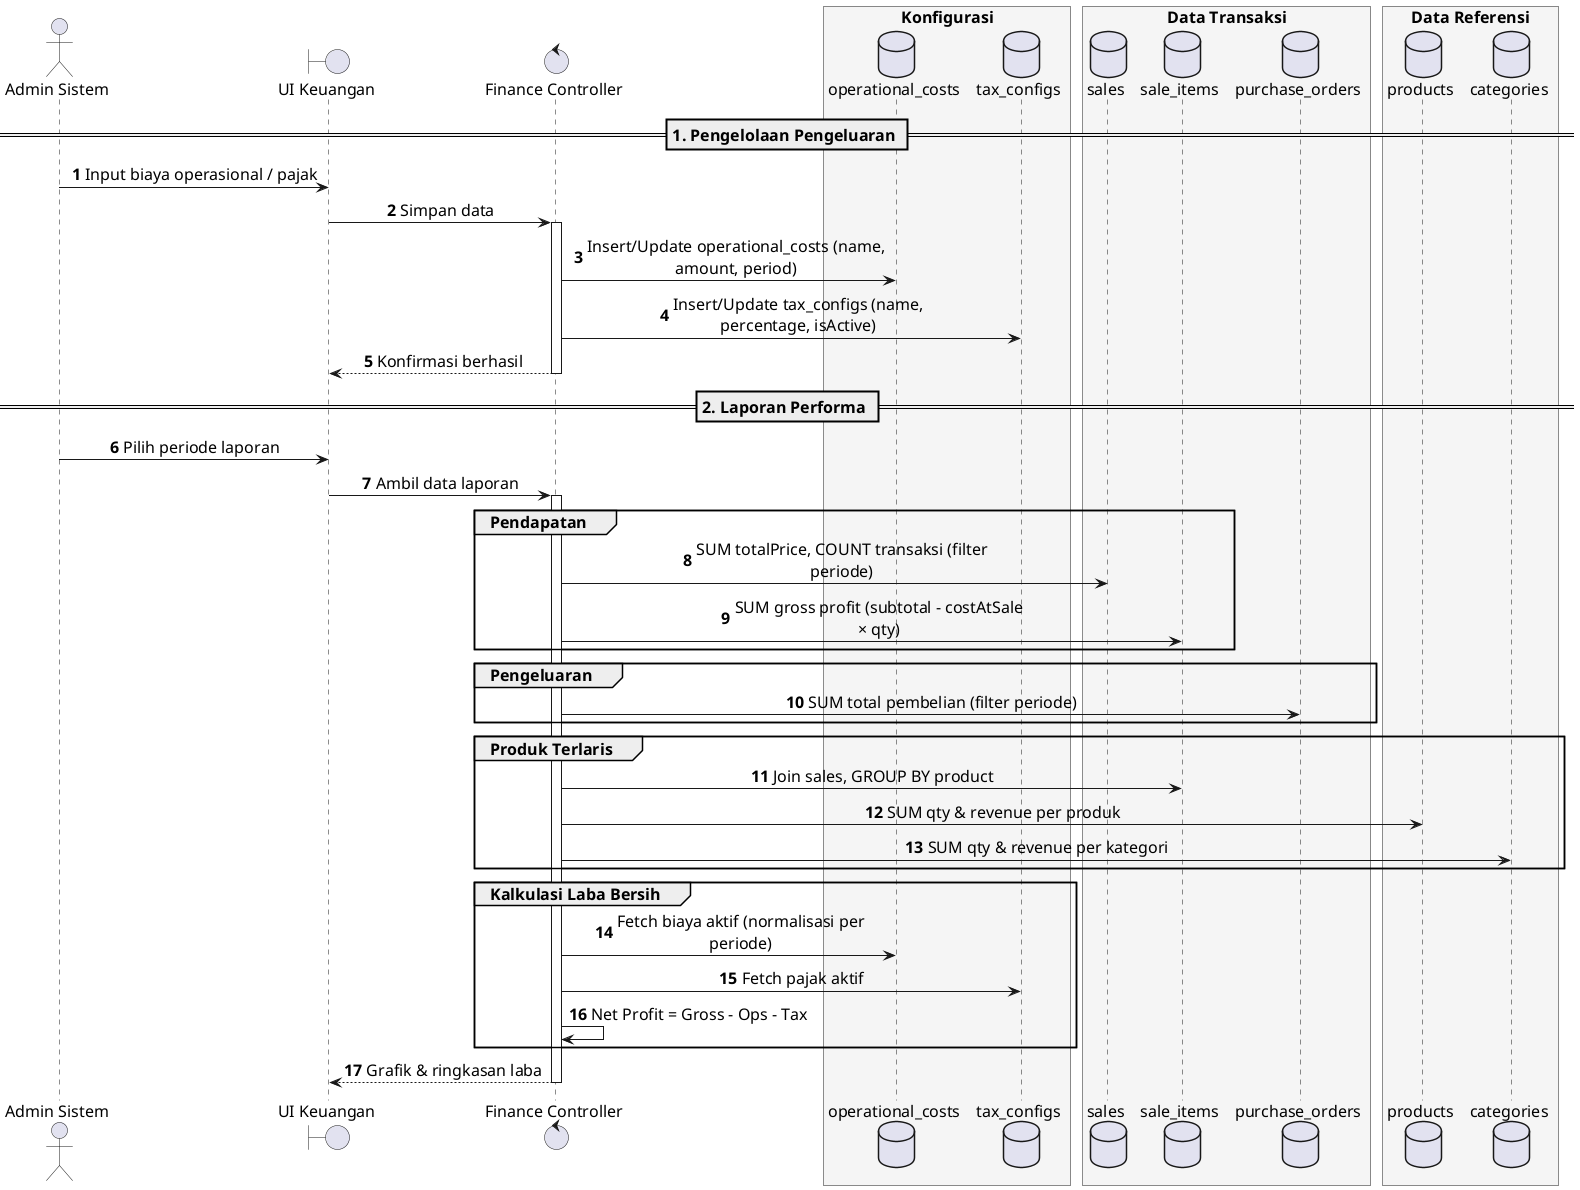
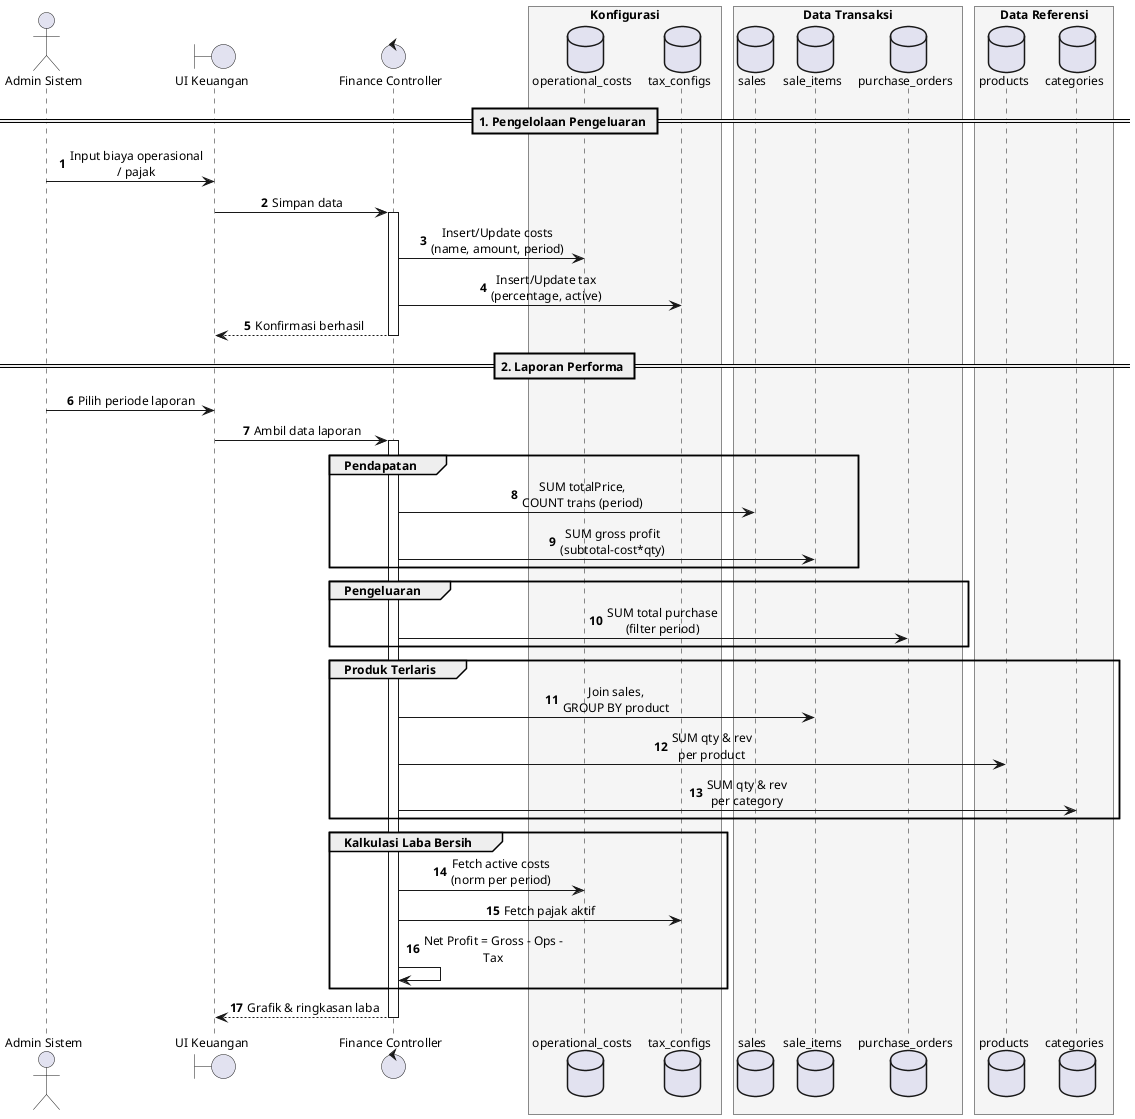
- @startuml
+ @startuml Operations_Report_Sequence
autonumber

skinparam BoxPadding 5
skinparam ParticipantPadding 8
- skinparam defaultFontSize 16
- skinparam maxMessageSize 300
+ skinparam defaultFontSize 12
+ skinparam maxMessageSize 140
skinparam sequenceMessageAlign center

actor "Admin Sistem" as Admin
boundary "UI Keuangan" as UI
control "Finance Controller" as Ctrl
box "Konfigurasi" #F5F5F5
    database "operational_costs" as oc
    database "tax_configs" as tc
end box
box "Data Transaksi" #F5F5F5
    database "sales" as s
    database "sale_items" as si
    database "purchase_orders" as po
end box
box "Data Referensi" #F5F5F5
    database "products" as p
    database "categories" as cat
end box

== 1. Pengelolaan Pengeluaran ==
Admin -> UI : Input biaya operasional / pajak
UI -> Ctrl : Simpan data
activate Ctrl
- Ctrl -> oc : Insert/Update operational_costs (name, amount, period)
- Ctrl -> tc : Insert/Update tax_configs (name, percentage, isActive)
+ Ctrl -> oc : Insert/Update costs\n(name, amount, period)
+ Ctrl -> tc : Insert/Update tax\n(percentage, active)
Ctrl --> UI : Konfirmasi berhasil
deactivate Ctrl

== 2. Laporan Performa ==
Admin -> UI : Pilih periode laporan
UI -> Ctrl : Ambil data laporan
activate Ctrl

group Pendapatan
-     Ctrl -> s : SUM totalPrice, COUNT transaksi (filter periode)
-     Ctrl -> si : SUM gross profit (subtotal - costAtSale × qty)
+     Ctrl -> s : SUM totalPrice,\nCOUNT trans (period)
+     Ctrl -> si : SUM gross profit\n(subtotal-cost*qty)
end

group Pengeluaran
-     Ctrl -> po : SUM total pembelian (filter periode)
+     Ctrl -> po : SUM total purchase\n(filter period)
end

group Produk Terlaris
-     Ctrl -> si : Join sales, GROUP BY product
-     Ctrl -> p : SUM qty & revenue per produk
-     Ctrl -> cat : SUM qty & revenue per kategori
+     Ctrl -> si : Join sales,\nGROUP BY product
+     Ctrl -> p : SUM qty & rev\nper product
+     Ctrl -> cat : SUM qty & rev\nper category
end

group Kalkulasi Laba Bersih
-     Ctrl -> oc : Fetch biaya aktif (normalisasi per periode)
+     Ctrl -> oc : Fetch active costs\n(norm per period)
    Ctrl -> tc : Fetch pajak aktif
    Ctrl -> Ctrl : Net Profit = Gross - Ops - Tax
end

Ctrl --> UI : Grafik & ringkasan laba
deactivate Ctrl
@enduml
